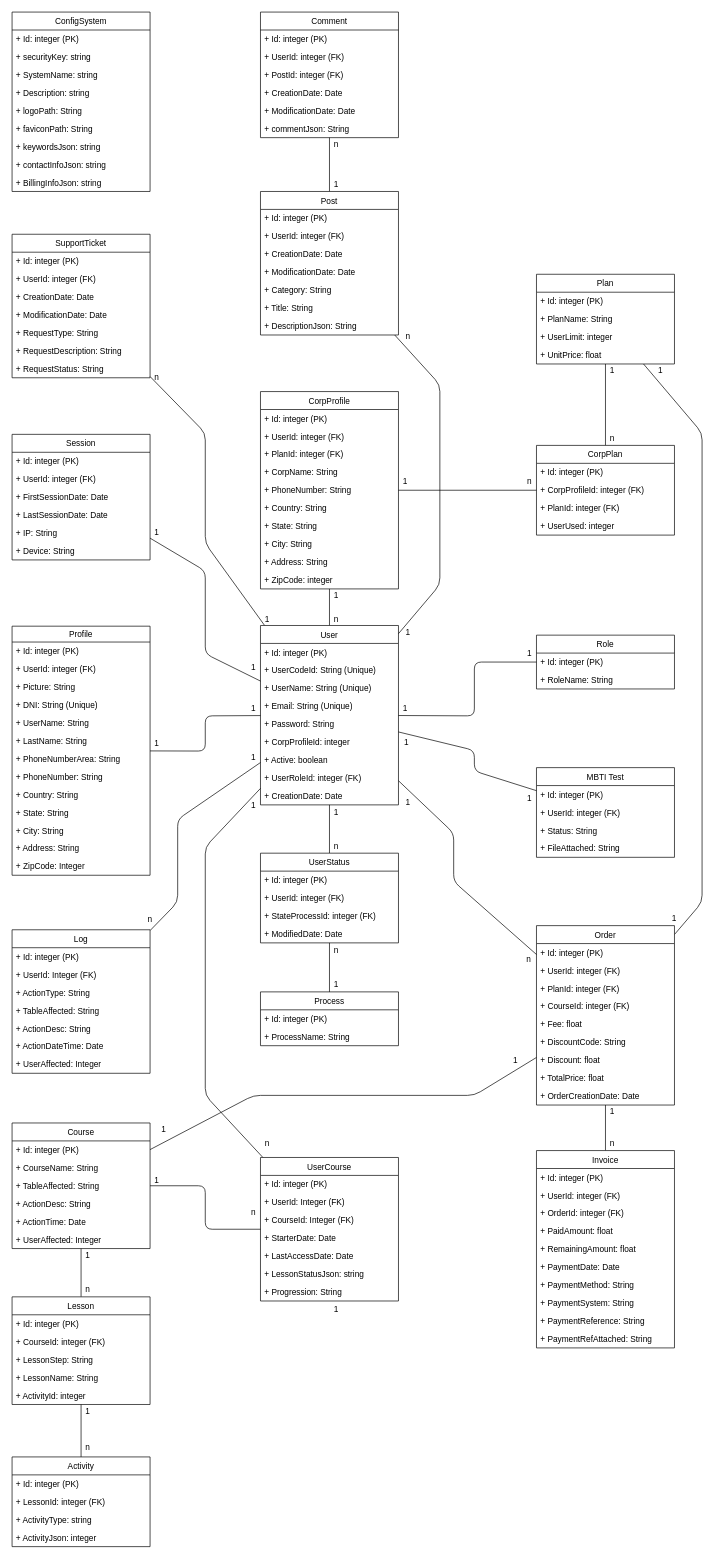
Above: documentation/ModeloBaseDatos.drawio in correakarl/TheTypeFactor (draw.io), before the change. Source tidied: cells renumbered, new cells numbered last; positions are measured from the earlier drawing's top-left corner, leaving out a move shared by most shapes. Both pictures are drawn from the tidied source at 69%, with x=0, y=0 at pixel (12, 12).
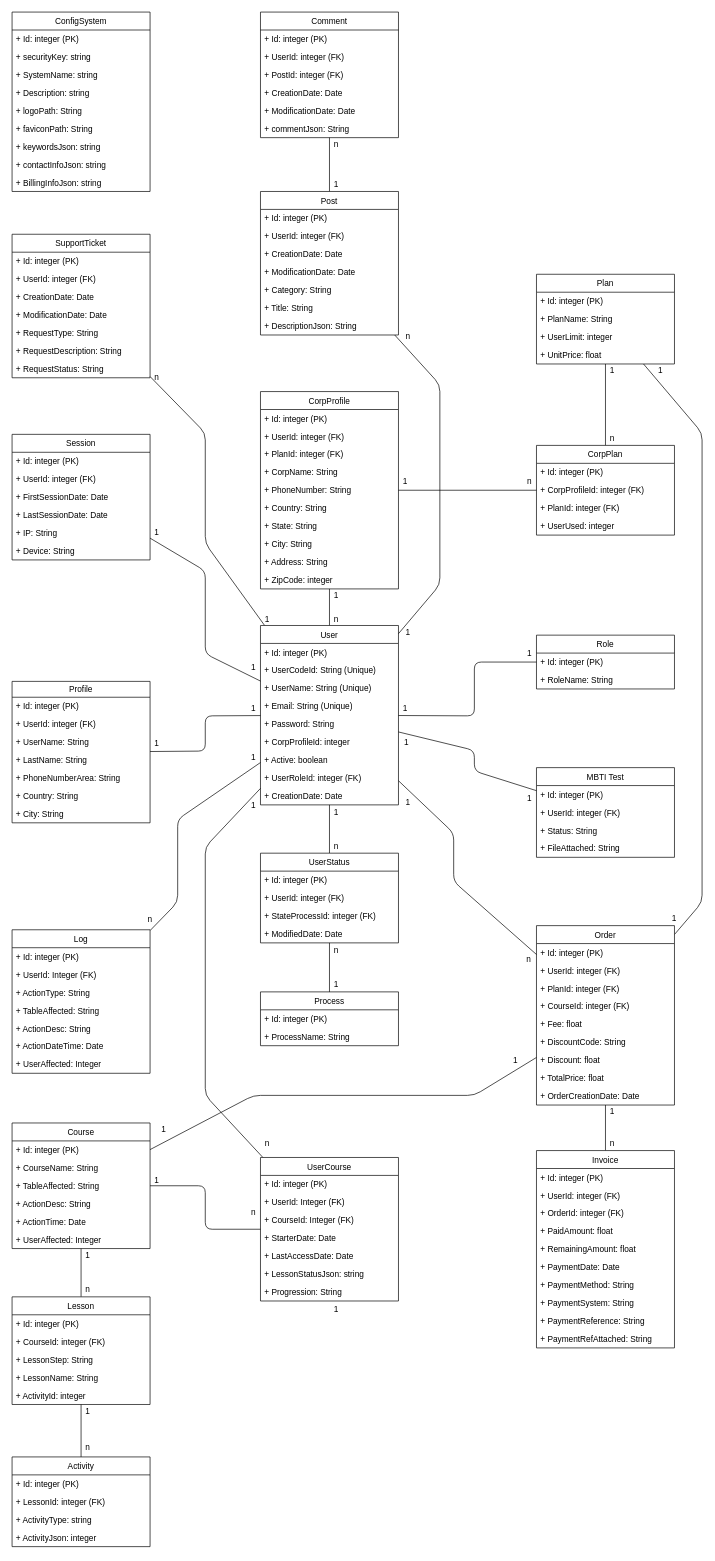
After the change.

What changed in the source:
```diff
@@
     <mxCell id="3" value="Profile" style="swimlane;fontStyle=0;horizontal=1;startSize=23;fillColor=#FFFFFF;" parent="1" vertex="1">
-      <mxGeometry y="890" width="200" height="361" as="geometry" />
+      <mxGeometry y="970" width="200" height="205" as="geometry" />
     </mxCell>
@@
-    <mxCell id="6" value="+ Picture: String" style="text;strokeColor=none;fillColor=none;align=left;verticalAlign=top;spacingLeft=4;spacingRight=4;overflow=hidden;" parent="3" vertex="1">
-      <mxGeometry y="75" width="200" height="26" as="geometry" />
-    </mxCell>
-    <mxCell id="7" value="+ DNI: String (Unique)" style="text;strokeColor=none;fillColor=none;align=left;verticalAlign=top;spacingLeft=4;spacingRight=4;overflow=hidden;" parent="3" vertex="1">
-      <mxGeometry y="101" width="200" height="26" as="geometry" />
-    </mxCell>
     <mxCell id="8" value="+ UserName: String" style="text;strokeColor=none;fillColor=none;align=left;verticalAlign=top;spacingLeft=4;spacingRight=4;overflow=hidden;" parent="3" vertex="1">
-      <mxGeometry y="127" width="200" height="26" as="geometry" />
+      <mxGeometry y="75" width="200" height="26" as="geometry" />
     </mxCell>
     <mxCell id="9" value="+ LastName: String" style="text;strokeColor=none;fillColor=none;align=left;verticalAlign=top;spacingLeft=4;spacingRight=4;overflow=hidden;" parent="3" vertex="1">
-      <mxGeometry y="153" width="200" height="26" as="geometry" />
+      <mxGeometry y="101" width="200" height="26" as="geometry" />
     </mxCell>
     <mxCell id="10" value="+ PhoneNumberArea: String" style="text;strokeColor=none;fillColor=none;align=left;verticalAlign=top;spacingLeft=4;spacingRight=4;overflow=hidden;" parent="3" vertex="1">
-      <mxGeometry y="179" width="200" height="26" as="geometry" />
+      <mxGeometry y="127" width="200" height="26" as="geometry" />
     </mxCell>
-    <mxCell id="11" value="+ PhoneNumber: String" style="text;strokeColor=none;fillColor=none;align=left;verticalAlign=top;spacingLeft=4;spacingRight=4;overflow=hidden;" parent="3" vertex="1">
-      <mxGeometry y="205" width="200" height="26" as="geometry" />
-    </mxCell>
     <mxCell id="12" value="+ Country: String" style="text;strokeColor=none;fillColor=none;align=left;verticalAlign=top;spacingLeft=4;spacingRight=4;overflow=hidden;" parent="3" vertex="1">
-      <mxGeometry y="231" width="200" height="26" as="geometry" />
+      <mxGeometry y="153" width="200" height="26" as="geometry" />
     </mxCell>
-    <mxCell id="13" value="+ State: String" style="text;strokeColor=none;fillColor=none;align=left;verticalAlign=top;spacingLeft=4;spacingRight=4;overflow=hidden;" parent="3" vertex="1">
-      <mxGeometry y="257" width="200" height="26" as="geometry" />
-    </mxCell>
     <mxCell id="14" value="+ City: String" style="text;strokeColor=none;fillColor=none;align=left;verticalAlign=top;spacingLeft=4;spacingRight=4;overflow=hidden;" parent="3" vertex="1">
-      <mxGeometry y="283" width="200" height="26" as="geometry" />
+      <mxGeometry y="179" width="200" height="26" as="geometry" />
     </mxCell>
-    <mxCell id="15" value="+ Address: String" style="text;strokeColor=none;fillColor=none;align=left;verticalAlign=top;spacingLeft=4;spacingRight=4;overflow=hidden;" parent="3" vertex="1">
-      <mxGeometry y="309" width="200" height="26" as="geometry" />
-    </mxCell>
-    <mxCell id="16" value="+ ZipCode: Integer" style="text;strokeColor=none;fillColor=none;align=left;verticalAlign=top;spacingLeft=4;spacingRight=4;overflow=hidden;" parent="3" vertex="1">
-      <mxGeometry y="335" width="200" height="26" as="geometry" />
-    </mxCell>
```
